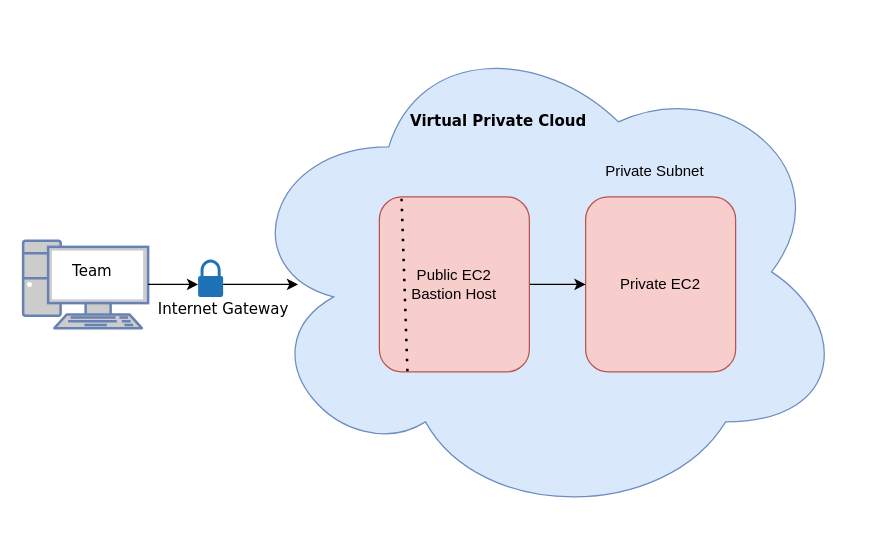
Before: .github/workflows/Untitled Diagram.drawio in chelsa-mooney/getting-started, a draw.io diagram. Source tidied: cells renumbered, new cells numbered last; positions are measured from the earlier drawing's top-left corner, leaving out a move shared by most shapes. Both pictures are drawn from the tidied source at 125%, with x=0, y=0 at pixel (22, 21).
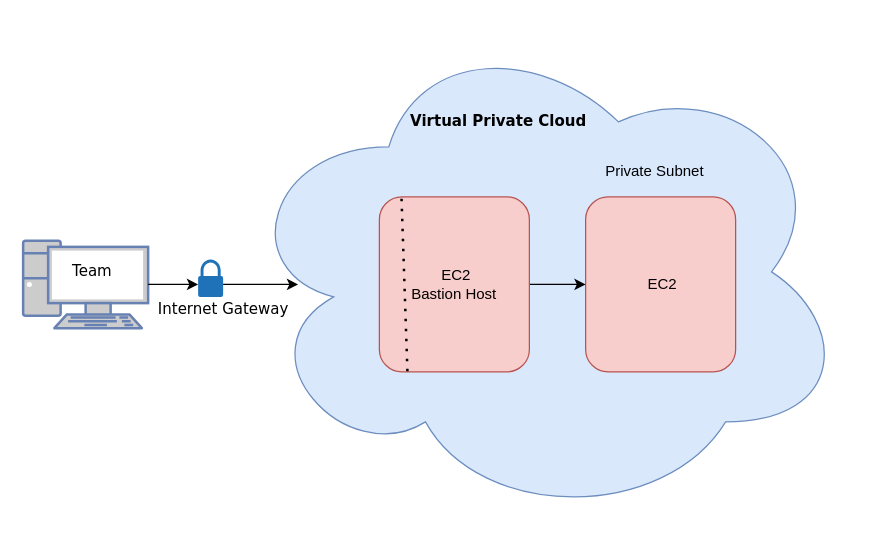
The same diagram, later.

The edit, as a diff of the source:
```diff
@@
 <mxGraphModel>
   <root>
     <mxCell id="0" />
     <mxCell id="1" parent="0" />
     <mxCell id="2" style="ellipse;shape=cloud;whiteSpace=wrap;html=1;fillColor=#dae8fc;strokeColor=#6c8ebf;" parent="1" vertex="1">
       <mxGeometry x="170" width="490" height="400" as="geometry" />
     </mxCell>
-    <mxCell id="3" value="Private EC2" style="rounded=1;whiteSpace=wrap;html=1;fillColor=#f8cecc;strokeColor=#b85450;" parent="1" vertex="1">
+    <mxCell id="3" value="&amp;nbsp;EC2" style="rounded=1;whiteSpace=wrap;html=1;fillColor=#f8cecc;strokeColor=#b85450;" parent="1" vertex="1">
       <mxGeometry x="450" y="140" width="120" height="140" as="geometry" />
     </mxCell>
     <mxCell id="4" value="Private Subnet" style="text;html=1;align=center;verticalAlign=middle;strokeColor=none;fillColor=none;" parent="1" vertex="1">
       <mxGeometry x="460" y="110" width="90" height="20" as="geometry" />
     </mxCell>
     <mxCell id="5" value="Virtual Private Cloud" style="text;html=1;align=center;verticalAlign=middle;strokeColor=none;fillColor=none;fontFamily=Verdana;fontStyle=1;fontColor=#000000;labelBorderColor=none;" parent="1" vertex="1">
       <mxGeometry x="300" y="70" width="160" height="20" as="geometry" />
     </mxCell>
     <mxCell id="6" style="fontColor=#0066CC;verticalAlign=top;verticalLabelPosition=bottom;labelPosition=center;align=center;html=1;fillColor=#CCCCCC;strokeColor=#6881B3;gradientColor=none;gradientDirection=north;strokeWidth=2;shape=mxgraph.networks.pc;fontFamily=Verdana;" parent="1" vertex="1">
       <mxGeometry y="175" width="100" height="70" as="geometry" />
     </mxCell>
     <mxCell id="7" value="Team" style="text;html=1;align=center;verticalAlign=middle;strokeColor=none;fillColor=none;fontFamily=Verdana;" parent="1" vertex="1">
       <mxGeometry x="30" y="190" width="50" height="20" as="geometry" />
     </mxCell>
     <mxCell id="8" style="sketch=0;shadow=0;dashed=0;html=1;strokeColor=none;labelPosition=center;verticalLabelPosition=bottom;verticalAlign=top;align=center;shape=mxgraph.office.security.lock_protected;fillColor=#2072B8;fontFamily=Verdana;" parent="1" vertex="1">
       <mxGeometry x="140" y="190" width="20" height="30" as="geometry" />
     </mxCell>
     <mxCell id="9" style="edgeStyle=orthogonalEdgeStyle;rounded=0;jettySize=auto;html=1;fontFamily=Verdana;fontColor=#000000;" parent="1" edge="1" source="10" target="3">
       <mxGeometry relative="1" as="geometry" />
     </mxCell>
-    <mxCell id="10" value="Public EC2&lt;br&gt;Bastion Host" style="rounded=1;whiteSpace=wrap;html=1;fillColor=#f8cecc;strokeColor=#b85450;" parent="1" vertex="1">
+    <mxCell id="10" value="&amp;nbsp;EC2&lt;br&gt;Bastion Host" style="rounded=1;whiteSpace=wrap;html=1;fillColor=#f8cecc;strokeColor=#b85450;" parent="1" vertex="1">
       <mxGeometry x="285" y="140" width="120" height="140" as="geometry" />
     </mxCell>
     <mxCell id="11" style="endArrow=classic;html=1;rounded=0;fontFamily=Verdana;" parent="1" edge="1">
       <mxGeometry relative="1" as="geometry">
         <mxPoint x="100" y="210" as="sourcePoint" />
         <mxPoint x="140" y="210" as="targetPoint" />
         <Array as="points">
           <mxPoint x="130" y="210" />
         </Array>
       </mxGeometry>
     </mxCell>
     <mxCell id="12" style="endArrow=classic;html=1;rounded=0;fontFamily=Verdana;" parent="1" edge="1">
       <mxGeometry relative="1" as="geometry">
         <mxPoint x="160" y="210" as="sourcePoint" />
         <mxPoint x="220" y="210" as="targetPoint" />
         <Array as="points">
           <mxPoint x="190" y="210" />
         </Array>
       </mxGeometry>
     </mxCell>
     <mxCell id="13" value="Internet Gateway" style="text;html=1;align=center;verticalAlign=middle;strokeColor=none;fillColor=none;fontFamily=Verdana;" parent="1" vertex="1">
       <mxGeometry x="100" y="220" width="120" height="20" as="geometry" />
     </mxCell>
     <mxCell id="14" style="endArrow=none;dashed=1;html=1;dashPattern=1 3;strokeWidth=2;rounded=0;fontFamily=Verdana;fontColor=#000000;entryX=0.147;entryY=-0.009;entryDx=0;entryDy=0;entryPerimeter=0;exitX=0.187;exitY=0.996;exitDx=0;exitDy=0;exitPerimeter=0;" parent="1" edge="1" source="10" target="10">
       <mxGeometry relative="1" as="geometry" />
     </mxCell>
   </root>
 </mxGraphModel>
```
